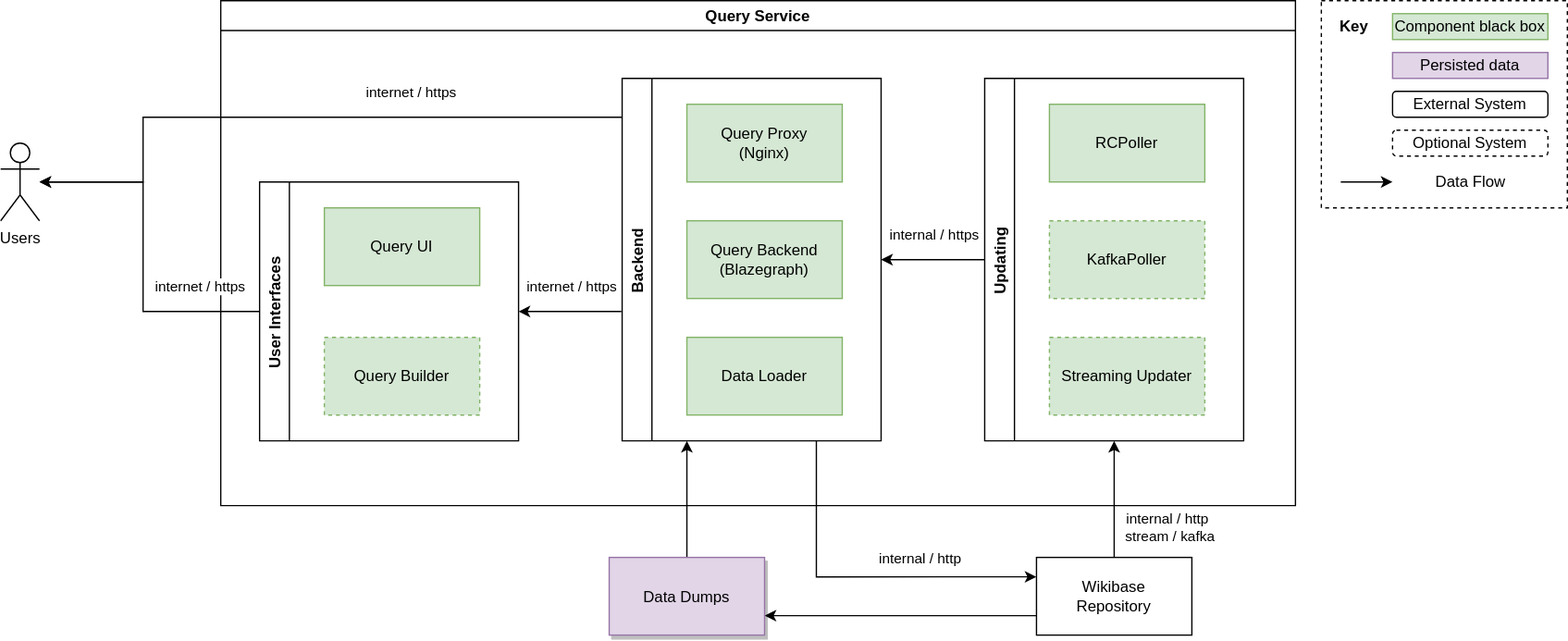
This is systems/Query/diagrams/03-technical-context.drawio.svg from wmde/wikidata-wikibase-architecture, a draw.io export, as it was before one commit. Source tidied: cells renumbered, new cells last; positions are measured from the earlier drawing's top-left corner, leaving out a move shared by most shapes.
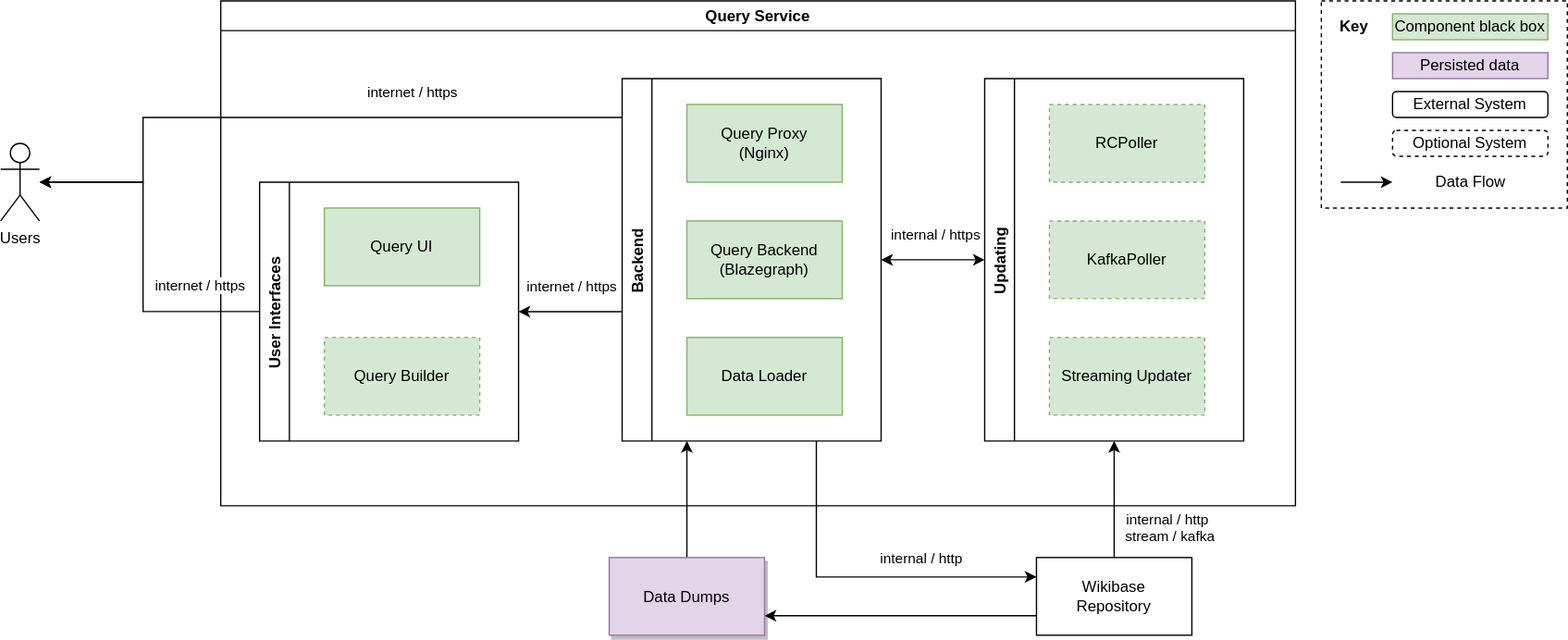
After the commit.

Diff of the diagram source:
```diff
@@ -32,7 +32,7 @@
     <mxCell id="11" value="KafkaPoller" style="rounded=0;whiteSpace=wrap;html=1;fillColor=#d5e8d4;strokeColor=#82b366;dashed=1;" parent="10" vertex="1">
       <mxGeometry x="50" y="110" width="120" height="60" as="geometry" />
     </mxCell>
-    <mxCell id="12" value="RCPoller" style="rounded=0;whiteSpace=wrap;html=1;fillColor=#d5e8d4;strokeColor=#82b366;" parent="10" vertex="1">
+    <mxCell id="12" value="RCPoller" style="rounded=0;whiteSpace=wrap;html=1;fillColor=#d5e8d4;strokeColor=#82b366;dashed=1;" parent="10" vertex="1">
       <mxGeometry x="50" y="20" width="120" height="60" as="geometry" />
     </mxCell>
     <mxCell id="13" value="Streaming Updater" style="rounded=0;whiteSpace=wrap;html=1;fillColor=#d5e8d4;strokeColor=#82b366;dashed=1;" parent="10" vertex="1">
@@ -50,7 +50,7 @@
     <mxCell id="17" value="Data Loader" style="rounded=0;whiteSpace=wrap;html=1;fillColor=#d5e8d4;strokeColor=#82b366;" parent="15" vertex="1">
       <mxGeometry x="50" y="200" width="120" height="60" as="geometry" />
     </mxCell>
-    <mxCell id="18" style="edgeStyle=orthogonalEdgeStyle;rounded=0;jettySize=auto;html=1;entryX=1;entryY=0.5;entryDx=0;entryDy=0;" parent="6" edge="1" source="10" target="15">
+    <mxCell id="18" style="edgeStyle=orthogonalEdgeStyle;rounded=0;jettySize=auto;html=1;entryX=1;entryY=0.5;entryDx=0;entryDy=0;startArrow=classic;startFill=1;" parent="6" edge="1" source="10" target="15">
       <mxGeometry relative="1" as="geometry" />
     </mxCell>
     <mxCell id="19" value="internal / https" style="edgeLabel;html=1;align=center;verticalAlign=middle;" parent="18" vertex="1">
```
